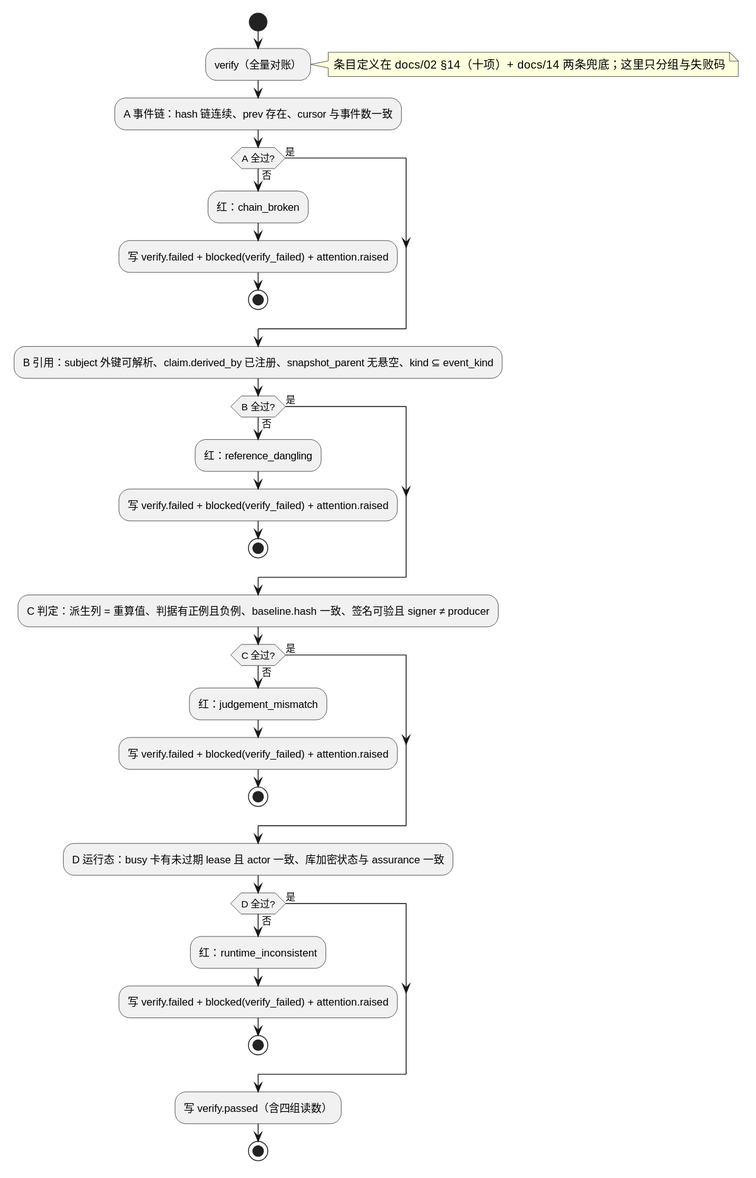
Above: design/diagrams/p9-verify.svg in raitpor/dsh-software-dev-office (PlantUML), before the change.
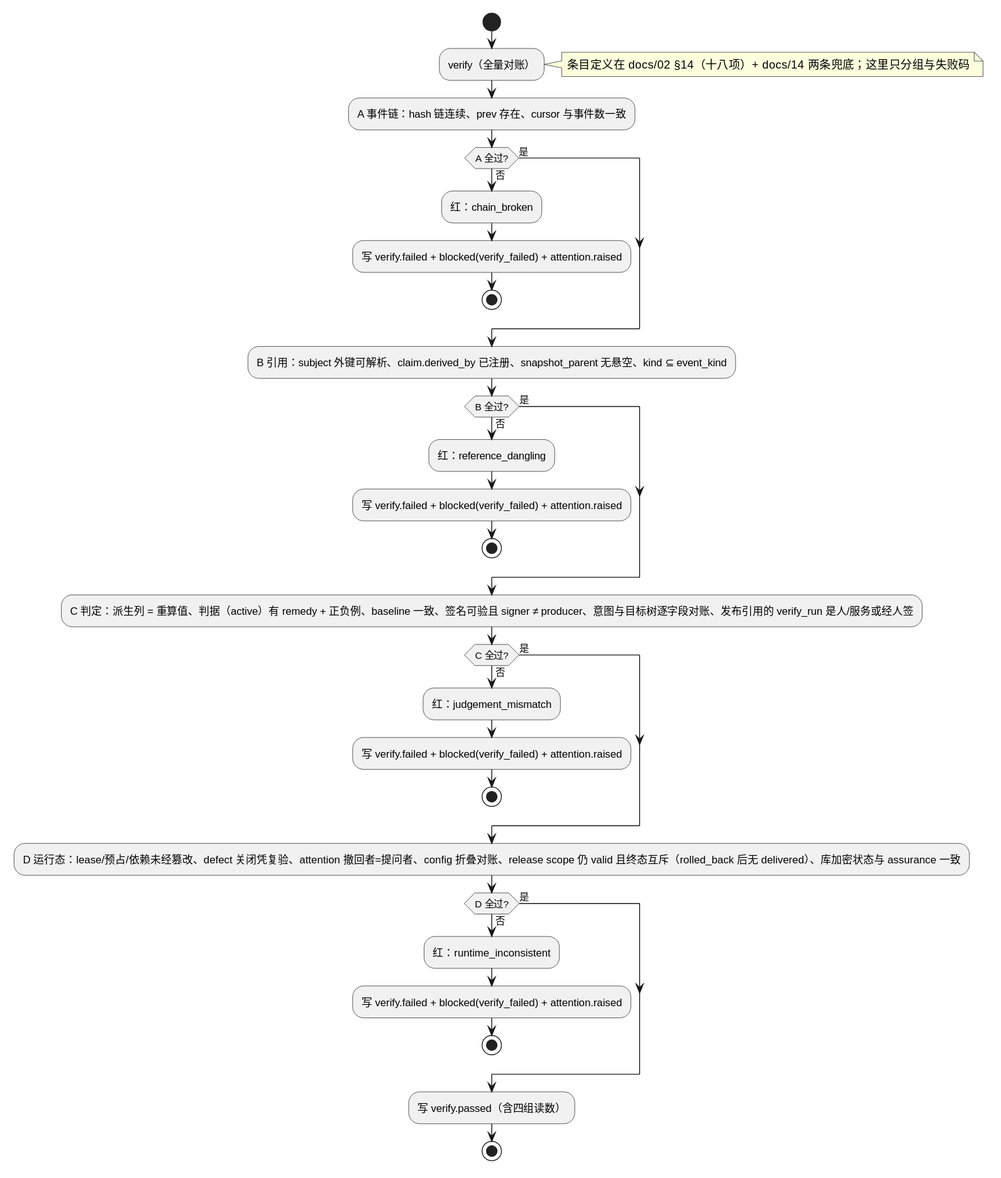
After the change.

Diff of the diagram source:
```diff
@@ -1,7 +1,7 @@
 @startuml
 start
 :verify（全量对账）;
-note right: 条目定义在 docs/02 §14（十项）+ docs/14 两条兜底；这里只分组与失败码
+note right: 条目定义在 docs/02 §14（十八项）+ docs/14 两条兜底；这里只分组与失败码
 :A 事件链：hash 链连续、prev 存在、cursor 与事件数一致;
 if (A 全过?) then (否)
   :红：chain_broken;
@@ -16,14 +16,14 @@
   stop
 else (是)
 endif
-:C 判定：派生列 = 重算值、判据有正例且负例、baseline.hash 一致、签名可验且 signer ≠ producer;
+:C 判定：派生列 = 重算值、判据（active）有 remedy + 正负例、baseline 一致、签名可验且 signer ≠ producer、意图与目标树逐字段对账、发布引用的 verify_run 是人/服务或经人签;
 if (C 全过?) then (否)
   :红：judgement_mismatch;
   :写 verify.failed + blocked(verify_failed) + attention.raised;
   stop
 else (是)
 endif
-:D 运行态：busy 卡有未过期 lease 且 actor 一致、库加密状态与 assurance 一致;
+:D 运行态：lease/预占/依赖未经篡改、defect 关闭凭复验、attention 撤回者=提问者、config 折叠对账、release scope 仍 valid 且终态互斥（rolled_back 后无 delivered）、库加密状态与 assurance 一致;
 if (D 全过?) then (否)
   :红：runtime_inconsistent;
   :写 verify.failed + blocked(verify_failed) + attention.raised;
```
